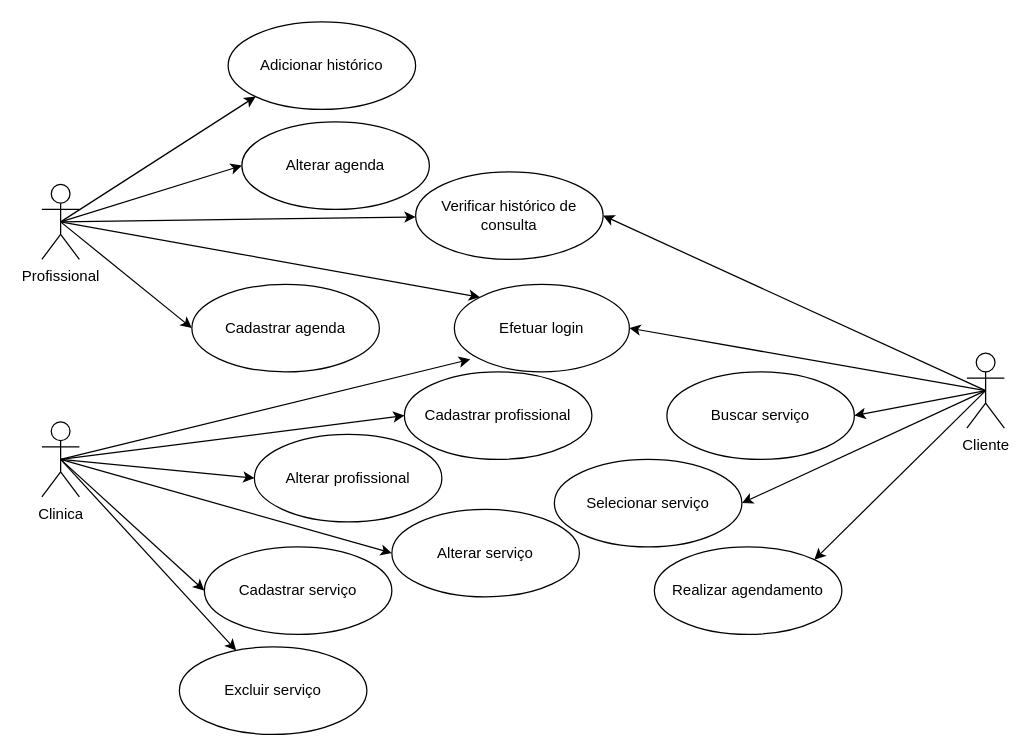
Above: CasoDeUso.drawio in JayanaCecilia/PIM-PodoCris (draw.io), before the change. Source tidied: cells renumbered, new cells numbered last; positions are measured from the earlier drawing's top-left corner, leaving out a move shared by most shapes. Both pictures are drawn from the tidied source at 125%, with x=0, y=0 at pixel (41, 21).
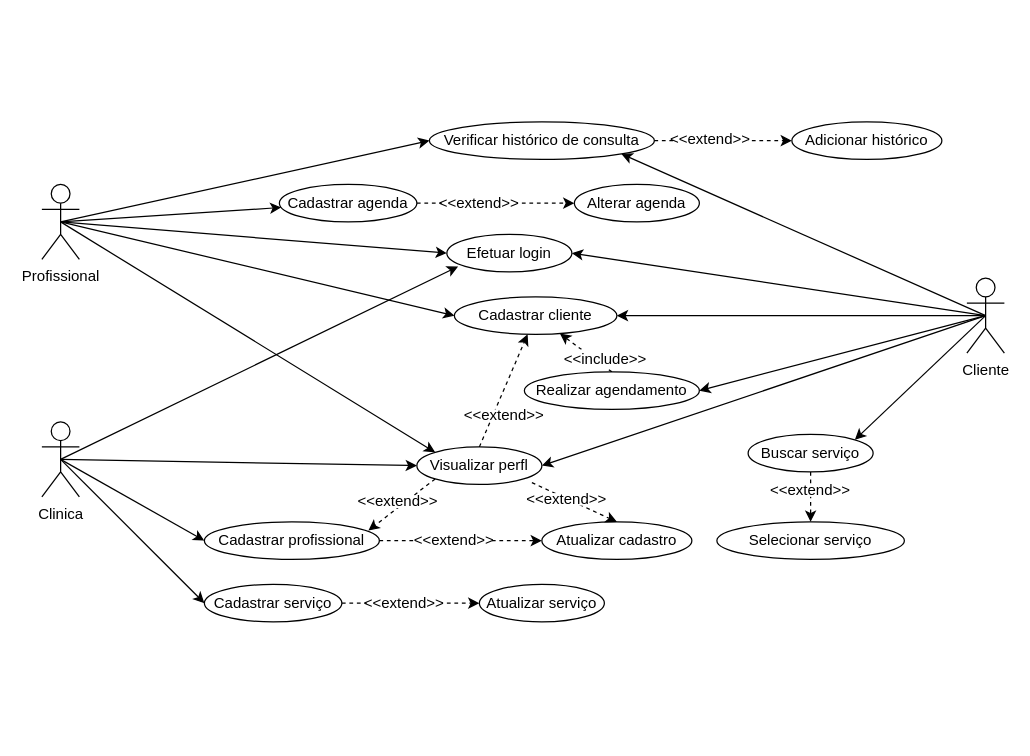
After the change.

Unchanged cells that the change refers to:
```xml
<mxCell id="13" value="Profissional" style="shape=umlActor;verticalLabelPosition=bottom;verticalAlign=top;html=1;" parent="1" vertex="1">
  <mxGeometry y="130" width="30" height="60" as="geometry" />
</mxCell>
<mxCell id="22" value="Clinica" style="shape=umlActor;verticalLabelPosition=bottom;verticalAlign=top;html=1;" parent="1" vertex="1">
  <mxGeometry y="320" width="30" height="60" as="geometry" />
</mxCell>
```

Change to the diagram source:
```diff
@@
-    <mxCell id="3" style="rounded=0;jettySize=auto;html=1;exitX=0.5;exitY=0.5;exitDx=0;exitDy=0;exitPerimeter=0;entryX=1;entryY=0.5;entryDx=0;entryDy=0;" parent="1" edge="1" source="7" target="30">
+    <mxCell id="3" style="rounded=0;jettySize=auto;html=1;exitX=0.5;exitY=0.5;exitDx=0;exitDy=0;exitPerimeter=0;entryX=1;entryY=0;entryDx=0;entryDy=0;" parent="1" edge="1" source="7" target="30">
       <mxGeometry relative="1" as="geometry" />
     </mxCell>
-    <mxCell id="4" style="rounded=0;jettySize=auto;html=1;exitX=0.5;exitY=0.5;exitDx=0;exitDy=0;exitPerimeter=0;entryX=1;entryY=0.5;entryDx=0;entryDy=0;" parent="1" edge="1" source="7" target="29">
-      <mxGeometry relative="1" as="geometry" />
-    </mxCell>
-    <mxCell id="5" style="rounded=0;jettySize=auto;html=1;exitX=0.5;exitY=0.5;exitDx=0;exitDy=0;exitPerimeter=0;entryX=1;entryY=0;entryDx=0;entryDy=0;" parent="1" edge="1" source="7" target="23">
+    <mxCell id="5" style="rounded=0;jettySize=auto;html=1;exitX=0.5;exitY=0.5;exitDx=0;exitDy=0;exitPerimeter=0;entryX=1;entryY=0.5;entryDx=0;entryDy=0;" parent="1" edge="1" source="7" target="23">
       <mxGeometry relative="1" as="geometry" />
     </mxCell>
-    <mxCell id="6" style="rounded=0;jettySize=auto;html=1;exitX=0.5;exitY=0.5;exitDx=0;exitDy=0;exitPerimeter=0;entryX=1;entryY=0.5;entryDx=0;entryDy=0;" parent="1" edge="1" source="7" target="15">
+    <mxCell id="6" style="rounded=0;jettySize=auto;html=1;exitX=0.5;exitY=0.5;exitDx=0;exitDy=0;exitPerimeter=0;entryX=1;entryY=1;entryDx=0;entryDy=0;" parent="1" edge="1" source="7" target="15">
       <mxGeometry relative="1" as="geometry" />
     </mxCell>
+    <mxCell id="34" style="rounded=0;jettySize=auto;html=1;exitX=0.5;exitY=0.5;exitDx=0;exitDy=0;exitPerimeter=0;" parent="1" edge="1" source="7" target="44">
+      <mxGeometry relative="1" as="geometry" />
+    </mxCell>
+    <mxCell id="35" style="rounded=0;jettySize=auto;html=1;exitX=0.5;exitY=0.5;exitDx=0;exitDy=0;exitPerimeter=0;entryX=1;entryY=0.5;entryDx=0;entryDy=0;" parent="1" edge="1" source="7" target="49">
+      <mxGeometry relative="1" as="geometry" />
+    </mxCell>
     <mxCell id="7" value="Cliente" style="shape=umlActor;verticalLabelPosition=bottom;verticalAlign=top;html=1;" parent="1" vertex="1">
-      <mxGeometry x="740" y="265" width="30" height="60" as="geometry" />
+      <mxGeometry x="740" y="205" width="30" height="60" as="geometry" />
     </mxCell>
-    <mxCell id="8" style="rounded=0;jettySize=auto;html=1;exitX=0.5;exitY=0.5;exitDx=0;exitDy=0;exitPerimeter=0;entryX=0;entryY=0;entryDx=0;entryDy=0;" parent="1" edge="1" source="13" target="14">
+    <mxCell id="8" style="rounded=0;jettySize=auto;html=1;exitX=0.5;exitY=0.5;exitDx=0;exitDy=0;exitPerimeter=0;entryX=0;entryY=0.5;entryDx=0;entryDy=0;" parent="1" edge="1" source="13" target="14">
       <mxGeometry relative="1" as="geometry" />
     </mxCell>
-    <mxCell id="9" style="rounded=0;jettySize=auto;html=1;exitX=0.5;exitY=0.5;exitDx=0;exitDy=0;exitPerimeter=0;" parent="1" edge="1" source="13" target="15">
+    <mxCell id="9" style="rounded=0;jettySize=auto;html=1;exitX=0.5;exitY=0.5;exitDx=0;exitDy=0;exitPerimeter=0;entryX=0;entryY=0.5;entryDx=0;entryDy=0;" parent="1" edge="1" source="13" target="15">
       <mxGeometry relative="1" as="geometry" />
     </mxCell>
-    <mxCell id="10" style="rounded=0;jettySize=auto;html=1;exitX=0.5;exitY=0.5;exitDx=0;exitDy=0;exitPerimeter=0;entryX=0;entryY=0.5;entryDx=0;entryDy=0;" parent="1" edge="1" source="13" target="24">
-      <mxGeometry relative="1" as="geometry" />
-    </mxCell>
-    <mxCell id="11" style="rounded=0;jettySize=auto;html=1;exitX=0.5;exitY=0.5;exitDx=0;exitDy=0;exitPerimeter=0;entryX=0;entryY=0.5;entryDx=0;entryDy=0;" parent="1" edge="1" source="13" target="25">
+    <mxCell id="11" style="rounded=0;jettySize=auto;html=1;exitX=0.5;exitY=0.5;exitDx=0;exitDy=0;exitPerimeter=0;" parent="1" edge="1" source="13" target="25">
       <mxGeometry relative="1" as="geometry" />
     </mxCell>
-    <mxCell id="12" style="rounded=0;jettySize=auto;html=1;exitX=0.5;exitY=0.5;exitDx=0;exitDy=0;exitPerimeter=0;entryX=0;entryY=1;entryDx=0;entryDy=0;" parent="1" edge="1" source="13" target="33">
-      <mxGeometry relative="1" as="geometry" />
-    </mxCell>
+    <mxCell id="36" style="rounded=0;jettySize=auto;html=1;exitX=0.5;exitY=0.5;exitDx=0;exitDy=0;exitPerimeter=0;entryX=0;entryY=0.5;entryDx=0;entryDy=0;" parent="1" edge="1" source="13" target="44">
+      <mxGeometry relative="1" as="geometry" />
+    </mxCell>
+    <mxCell id="37" style="rounded=0;jettySize=auto;html=1;exitX=0.5;exitY=0.5;exitDx=0;exitDy=0;exitPerimeter=0;entryX=0;entryY=0;entryDx=0;entryDy=0;" parent="1" edge="1" source="13" target="49">
+      <mxGeometry relative="1" as="geometry" />
+    </mxCell>
@@
     <mxCell id="14" value="Efetuar login" style="ellipse;whiteSpace=wrap;html=1;" parent="1" vertex="1">
-      <mxGeometry x="330" y="210" width="140" height="70" as="geometry" />
+      <mxGeometry x="324" y="170" width="100" height="30" as="geometry" />
     </mxCell>
+    <mxCell id="38" style="rounded=0;jettySize=auto;html=1;exitX=1;exitY=0.5;exitDx=0;exitDy=0;entryX=0;entryY=0.5;entryDx=0;entryDy=0;dashed=1;" parent="1" edge="1" source="15" target="33">
+      <mxGeometry relative="1" as="geometry" />
+    </mxCell>
     <mxCell id="15" value="Verificar histórico de consulta" style="ellipse;whiteSpace=wrap;html=1;" parent="1" vertex="1">
-      <mxGeometry x="299" y="120" width="150" height="70" as="geometry" />
+      <mxGeometry x="310" y="80" width="180" height="30" as="geometry" />
     </mxCell>
@@
-    <mxCell id="18" style="rounded=0;jettySize=auto;html=1;exitX=0.5;exitY=0.5;exitDx=0;exitDy=0;exitPerimeter=0;entryX=0;entryY=0.5;entryDx=0;entryDy=0;" parent="1" edge="1" source="22" target="32">
-      <mxGeometry relative="1" as="geometry" />
-    </mxCell>
@@
-    <mxCell id="20" style="rounded=0;jettySize=auto;html=1;exitX=0.5;exitY=0.5;exitDx=0;exitDy=0;exitPerimeter=0;entryX=0;entryY=0.5;entryDx=0;entryDy=0;" parent="1" edge="1" source="22" target="27">
-      <mxGeometry relative="1" as="geometry" />
-    </mxCell>
-    <mxCell id="21" style="rounded=0;jettySize=auto;html=1;exitX=0.5;exitY=0.5;exitDx=0;exitDy=0;exitPerimeter=0;" parent="1" edge="1" source="22" target="28">
-      <mxGeometry relative="1" as="geometry" />
-    </mxCell>
+    <mxCell id="39" style="rounded=0;jettySize=auto;html=1;exitX=0.5;exitY=0.5;exitDx=0;exitDy=0;exitPerimeter=0;entryX=0;entryY=0.5;entryDx=0;entryDy=0;" parent="1" edge="1" source="22" target="49">
+      <mxGeometry relative="1" as="geometry" />
+    </mxCell>
@@
+    <mxCell id="40" style="rounded=0;jettySize=auto;html=1;exitX=0.5;exitY=0;exitDx=0;exitDy=0;dashed=1;" parent="1" edge="1" source="23" target="44">
+      <mxGeometry relative="1" as="geometry" />
+    </mxCell>
     <mxCell id="23" value="Realizar agendamento" style="ellipse;whiteSpace=wrap;html=1;" parent="1" vertex="1">
-      <mxGeometry x="490" y="420" width="150" height="70" as="geometry" />
+      <mxGeometry x="386" y="280" width="140" height="30" as="geometry" />
     </mxCell>
     <mxCell id="24" value="Alterar agenda" style="ellipse;whiteSpace=wrap;html=1;" parent="1" vertex="1">
-      <mxGeometry x="160" y="80" width="150" height="70" as="geometry" />
+      <mxGeometry x="426" y="130" width="100" height="30" as="geometry" />
     </mxCell>
+    <mxCell id="41" style="rounded=0;jettySize=auto;html=1;exitX=1;exitY=0.5;exitDx=0;exitDy=0;entryX=0;entryY=0.5;entryDx=0;entryDy=0;dashed=1;" parent="1" edge="1" source="25" target="24">
+      <mxGeometry relative="1" as="geometry" />
+    </mxCell>
     <mxCell id="25" value="Cadastrar agenda" style="ellipse;whiteSpace=wrap;html=1;" parent="1" vertex="1">
-      <mxGeometry x="120" y="210" width="150" height="70" as="geometry" />
+      <mxGeometry x="190" y="130" width="110" height="30" as="geometry" />
     </mxCell>
+    <mxCell id="42" style="rounded=0;jettySize=auto;html=1;exitX=1;exitY=0.5;exitDx=0;exitDy=0;entryX=0;entryY=0.5;entryDx=0;entryDy=0;dashed=1;" parent="1" edge="1" source="26" target="27">
+      <mxGeometry relative="1" as="geometry" />
+    </mxCell>
     <mxCell id="26" value="Cadastrar serviço" style="ellipse;whiteSpace=wrap;html=1;" parent="1" vertex="1">
-      <mxGeometry x="130" y="420" width="150" height="70" as="geometry" />
+      <mxGeometry x="130" y="450" width="110" height="30" as="geometry" />
     </mxCell>
-    <mxCell id="27" value="Alterar serviço" style="ellipse;whiteSpace=wrap;html=1;" parent="1" vertex="1">
-      <mxGeometry x="280" y="390" width="150" height="70" as="geometry" />
+    <mxCell id="27" value="Atualizar serviço" style="ellipse;whiteSpace=wrap;html=1;" parent="1" vertex="1">
+      <mxGeometry x="350" y="450" width="100" height="30" as="geometry" />
     </mxCell>
-    <mxCell id="28" value="Excluir serviço" style="ellipse;whiteSpace=wrap;html=1;" parent="1" vertex="1">
-      <mxGeometry x="110" y="500" width="150" height="70" as="geometry" />
-    </mxCell>
     <mxCell id="29" value="Selecionar serviço" style="ellipse;whiteSpace=wrap;html=1;" parent="1" vertex="1">
-      <mxGeometry x="410" y="350" width="150" height="70" as="geometry" />
+      <mxGeometry x="540" y="400" width="150" height="30" as="geometry" />
     </mxCell>
+    <mxCell id="43" style="rounded=0;jettySize=auto;html=1;exitX=0.5;exitY=1;exitDx=0;exitDy=0;entryX=0.5;entryY=0;entryDx=0;entryDy=0;dashed=1;" parent="1" edge="1" source="30" target="29">
+      <mxGeometry relative="1" as="geometry" />
+    </mxCell>
     <mxCell id="30" value="Buscar serviço" style="ellipse;whiteSpace=wrap;html=1;" parent="1" vertex="1">
-      <mxGeometry x="500" y="280" width="150" height="70" as="geometry" />
+      <mxGeometry x="565" y="330" width="100" height="30" as="geometry" />
     </mxCell>
     <mxCell id="31" value="Cadastrar profissional" style="ellipse;whiteSpace=wrap;html=1;" parent="1" vertex="1">
-      <mxGeometry x="290" y="280" width="150" height="70" as="geometry" />
+      <mxGeometry x="130" y="400" width="140" height="30" as="geometry" />
     </mxCell>
-    <mxCell id="32" value="Alterar profissional" style="ellipse;whiteSpace=wrap;html=1;" parent="1" vertex="1">
-      <mxGeometry x="170" y="330" width="150" height="70" as="geometry" />
-    </mxCell>
     <mxCell id="33" value="Adicionar histórico" style="ellipse;whiteSpace=wrap;html=1;" parent="1" vertex="1">
-      <mxGeometry x="149" width="150" height="70" as="geometry" />
+      <mxGeometry x="600" y="80" width="120" height="30" as="geometry" />
     </mxCell>
+    <mxCell id="44" value="Cadastrar cliente" style="ellipse;whiteSpace=wrap;html=1;" parent="1" vertex="1">
+      <mxGeometry x="330" y="220" width="130" height="30" as="geometry" />
+    </mxCell>
+    <mxCell id="45" value="Atualizar cadastro" style="ellipse;whiteSpace=wrap;html=1;" parent="1" vertex="1">
+      <mxGeometry x="400" y="400" width="120" height="30" as="geometry" />
+    </mxCell>
+    <mxCell id="46" style="rounded=0;jettySize=auto;html=1;exitX=0.92;exitY=0.953;exitDx=0;exitDy=0;entryX=0.5;entryY=0;entryDx=0;entryDy=0;dashed=1;exitPerimeter=0;" parent="1" edge="1" source="49" target="45">
+      <mxGeometry relative="1" as="geometry" />
+    </mxCell>
+    <mxCell id="47" style="rounded=0;jettySize=auto;html=1;exitX=0.5;exitY=0;exitDx=0;exitDy=0;dashed=1;" parent="1" edge="1" source="49" target="44">
+      <mxGeometry relative="1" as="geometry" />
+    </mxCell>
+    <mxCell id="48" style="rounded=0;jettySize=auto;html=1;exitX=0;exitY=1;exitDx=0;exitDy=0;dashed=1;entryX=0.937;entryY=0.233;entryDx=0;entryDy=0;entryPerimeter=0;" parent="1" edge="1" source="49" target="31">
+      <mxGeometry relative="1" as="geometry" />
+    </mxCell>
+    <mxCell id="49" value="Visualizar perfl" style="ellipse;whiteSpace=wrap;html=1;" parent="1" vertex="1">
+      <mxGeometry x="300" y="340" width="100" height="30" as="geometry" />
+    </mxCell>
+    <mxCell id="50" value="&amp;lt;&amp;lt;extend&amp;gt;&amp;gt;" style="text;html=1;strokeColor=none;fillColor=default;align=center;verticalAlign=middle;whiteSpace=wrap;rounded=0;" parent="1" vertex="1">
+      <mxGeometry x="340" y="310" width="60" height="10" as="geometry" />
+    </mxCell>
+    <mxCell id="51" value="&amp;lt;&amp;lt;include&amp;gt;&amp;gt;" style="text;html=1;align=center;verticalAlign=middle;whiteSpace=wrap;rounded=0;fillColor=default;gradientColor=none;fillStyle=auto;" parent="1" vertex="1">
+      <mxGeometry x="431" y="262" width="40" height="15" as="geometry" />
+    </mxCell>
+    <mxCell id="52" value="&amp;lt;&amp;lt;extend&amp;gt;&amp;gt;" style="text;html=1;strokeColor=none;fillColor=default;align=center;verticalAlign=middle;whiteSpace=wrap;rounded=0;" parent="1" vertex="1">
+      <mxGeometry x="585" y="370" width="60" height="10" as="geometry" />
+    </mxCell>
+    <mxCell id="53" style="rounded=0;jettySize=auto;html=1;exitX=1;exitY=0.5;exitDx=0;exitDy=0;strokeColor=default;dashed=1;entryX=0;entryY=0.5;entryDx=0;entryDy=0;" parent="1" edge="1" source="31" target="45">
+      <mxGeometry relative="1" as="geometry" />
+    </mxCell>
+    <mxCell id="54" value="&amp;lt;&amp;lt;extend&amp;gt;&amp;gt;" style="text;html=1;strokeColor=none;fillColor=default;align=center;verticalAlign=middle;whiteSpace=wrap;rounded=0;" parent="1" vertex="1">
+      <mxGeometry x="300" y="410" width="60" height="10" as="geometry" />
+    </mxCell>
+    <mxCell id="55" value="&amp;lt;&amp;lt;extend&amp;gt;&amp;gt;" style="text;html=1;strokeColor=none;fillColor=default;align=center;verticalAlign=middle;whiteSpace=wrap;rounded=0;" parent="1" vertex="1">
+      <mxGeometry x="255" y="379" width="60" height="10" as="geometry" />
+    </mxCell>
+    <mxCell id="56" value="&amp;lt;&amp;lt;extend&amp;gt;&amp;gt;" style="text;html=1;strokeColor=none;fillColor=default;align=center;verticalAlign=middle;whiteSpace=wrap;rounded=0;" parent="1" vertex="1">
+      <mxGeometry x="390" y="377" width="60" height="10" as="geometry" />
+    </mxCell>
+    <mxCell id="57" value="&amp;lt;&amp;lt;extend&amp;gt;&amp;gt;" style="text;html=1;strokeColor=none;fillColor=default;align=center;verticalAlign=middle;whiteSpace=wrap;rounded=0;" parent="1" vertex="1">
+      <mxGeometry x="260" y="460" width="60" height="10" as="geometry" />
+    </mxCell>
+    <mxCell id="58" value="&amp;lt;&amp;lt;extend&amp;gt;&amp;gt;" style="text;html=1;strokeColor=none;fillColor=default;align=center;verticalAlign=middle;whiteSpace=wrap;rounded=0;" parent="1" vertex="1">
+      <mxGeometry x="320" y="140" width="60" height="10" as="geometry" />
+    </mxCell>
+    <mxCell id="59" value="&amp;lt;&amp;lt;extend&amp;gt;&amp;gt;" style="text;html=1;strokeColor=none;fillColor=default;align=center;verticalAlign=middle;whiteSpace=wrap;rounded=0;" parent="1" vertex="1">
+      <mxGeometry x="505" y="89" width="60" height="10" as="geometry" />
+    </mxCell>
```
